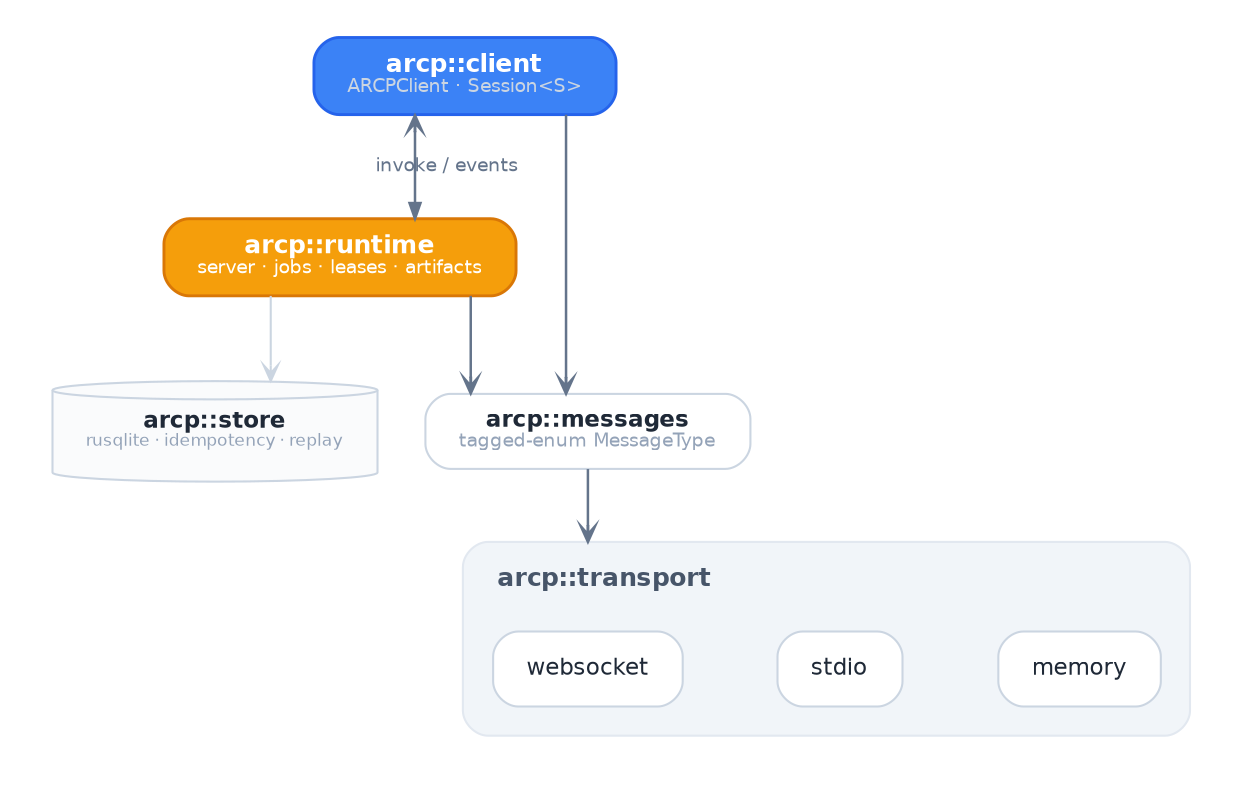
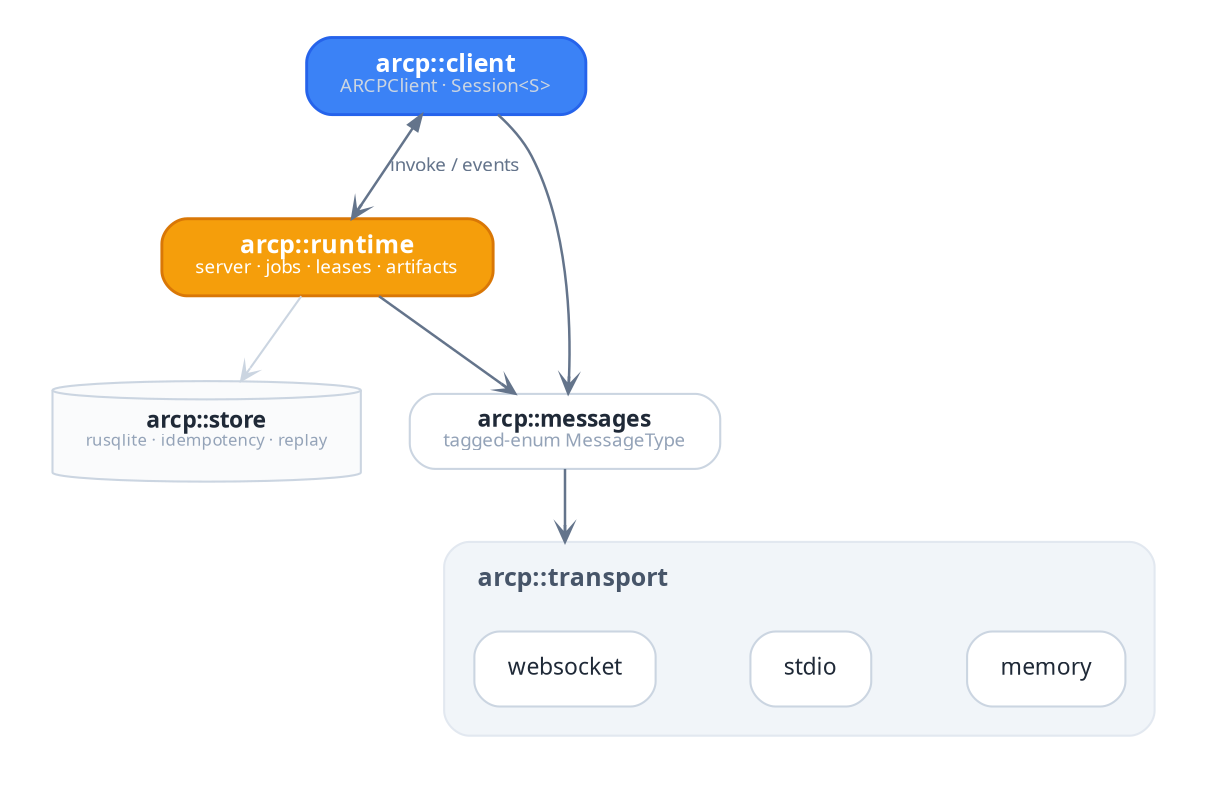
// ARCP Rust SDK crate architecture (light)
// arcp::client → arcp::runtime → arcp::messages → arcp::transport → arcp::store
digraph RustSdkArchitecture {
-   rankdir=TB; bgcolor="transparent"; compound=true; fontname="Helvetica";
-   splines=ortho; nodesep=0.32; ranksep=0.55; pad="0.35,0.25";
+   rankdir=TB; bgcolor="transparent"; compound=true; fontname="TT Commons Pro Trial";
+   splines=spline; nodesep=0.32; ranksep=0.55; pad="0.35,0.25";

  node [shape=box, style="rounded,filled", fillcolor="white", color="#CBD5E1",
-         fontname="Helvetica", fontsize=11, fontcolor="#1F2937",
+         fontname="TT Commons Pro Trial", fontsize=11, fontcolor="#1F2937",
        margin="0.22,0.11", penwidth=1.0];
-   edge [fontname="Helvetica", fontsize=9, fontcolor="#64748B", color="#94A3B8",
+   edge [fontname="TT Commons Pro Trial", fontsize=9, fontcolor="#64748B", color="#94A3B8",
        penwidth=1.1, arrowsize=0.75, arrowhead=vee];

  Client [
    label=<<FONT POINT-SIZE="12"><B>arcp::client</B></FONT><BR/><FONT POINT-SIZE="9" COLOR="#CBD5E1">ARCPClient · Session&lt;S&gt;</FONT>>,
    fillcolor="#3B82F6", color="#2563EB", fontcolor="white", penwidth=1.4
  ];

  Runtime [
    label=<<FONT POINT-SIZE="12"><B>arcp::runtime</B></FONT><BR/><FONT POINT-SIZE="9" COLOR="white">server · jobs · leases · artifacts</FONT>>,
    fillcolor="#F59E0B", color="#D97706", fontcolor="white", penwidth=1.4
  ];

  Messages [
    label=<<FONT POINT-SIZE="11"><B>arcp::messages</B></FONT><BR/><FONT POINT-SIZE="9" COLOR="#94A3B8">tagged-enum MessageType</FONT>>
  ];

  subgraph cluster_transport {
    label=<<TABLE BORDER="0" CELLBORDER="0" CELLPADDING="0" CELLSPACING="0"><TR><TD COLSPAN="3" HEIGHT="8"></TD></TR><TR><TD WIDTH="8"></TD><TD><FONT POINT-SIZE="12"><B>arcp::transport</B></FONT></TD><TD WIDTH="8"></TD></TR></TABLE>>;
    style="rounded,filled";
    fillcolor="#F1F5F9"; color="#E2E8F0";
-     fontname="Helvetica"; fontcolor="#475569";
+     fontname="TT Commons Pro Trial"; fontcolor="#475569";
    margin=14; labeljust=l; penwidth=1.0;

    Ws     [label="websocket"];
    Stdio  [label="stdio"];
    Memory [label="memory"];

    Ws -> Stdio -> Memory [style=invis];
    { rank=same; Ws; Stdio; Memory; }
  }

  Store [
    label=<<FONT POINT-SIZE="11"><B>arcp::store</B></FONT><BR/><FONT POINT-SIZE="8" COLOR="#94A3B8">rusqlite · idempotency · replay</FONT>>,
    shape=cylinder, fillcolor="#FAFBFC"
  ];

  edge [color="#64748B", penwidth=1.2];
  Client   -> Runtime  [dir=both, label="invoke / events"];
  Client   -> Messages;
  Runtime  -> Messages;
  Messages -> Ws       [lhead=cluster_transport];

  edge [color="#CBD5E1", penwidth=1.0];
  Runtime -> Store;
}
